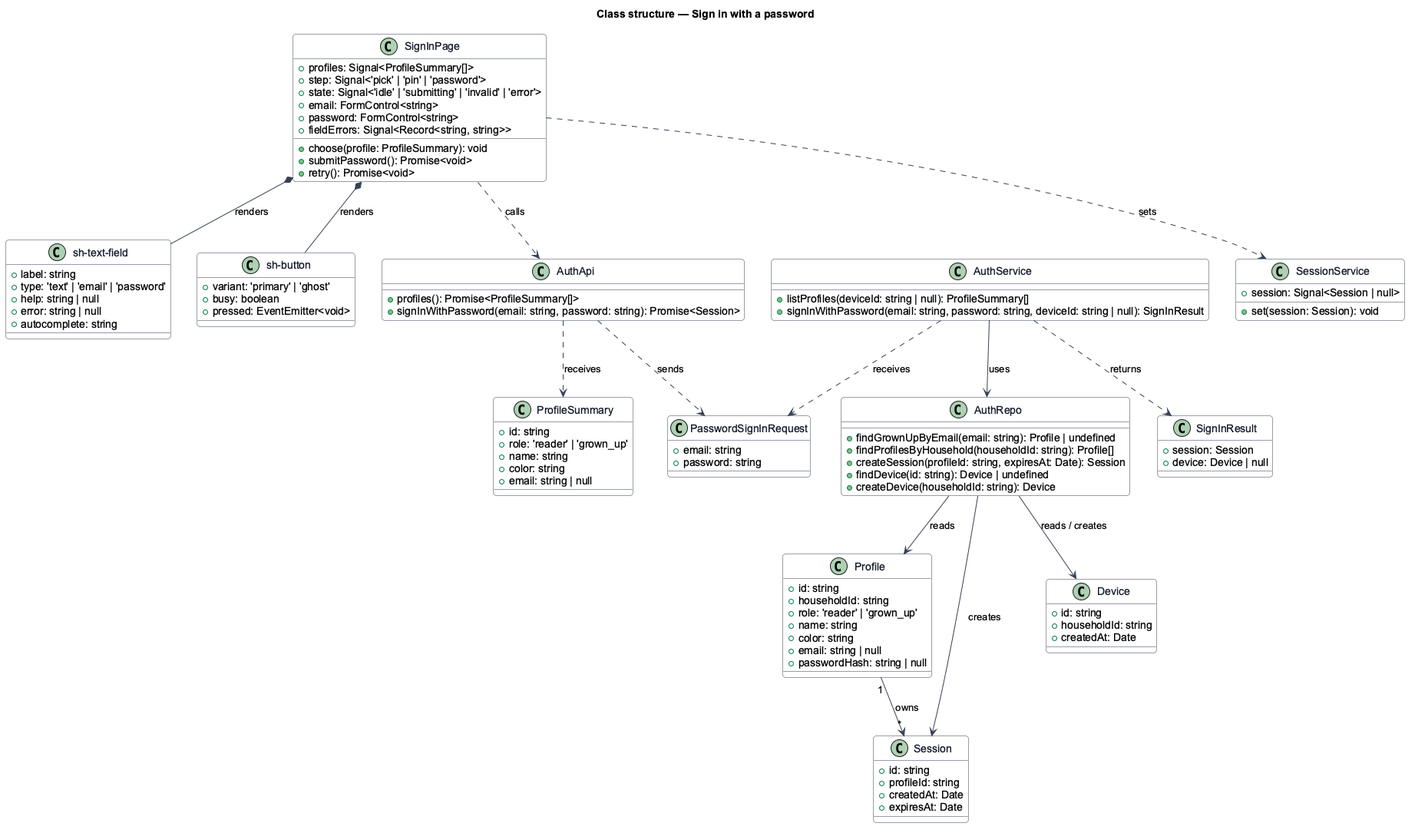
Before: docs/detailed-designs/sign-in/sign-in-with-password/diagrams/class-structure.png, a diagram exported from PlantUML (QuinntyneBrown/shelfie). Source of this version:
```plantuml
@startuml
skinparam backgroundColor #FFFFFF
skinparam shadowing false
skinparam roundcorner 8
skinparam defaultFontName Arial
skinparam ArrowColor #344054
skinparam class {
  BorderColor #344054
  FontColor #101828
  BackgroundColor #F9FAFB
}
title Class structure — Sign in with a password

class SignInPage {
  +profiles: Signal<ProfileSummary[]>
  +step: Signal<'pick' | 'pin' | 'password'>
  +state: Signal<'idle' | 'submitting' | 'invalid' | 'error'>
  +email: FormControl<string>
  +password: FormControl<string>
  +fieldErrors: Signal<Record<string, string>>
  +choose(profile: ProfileSummary): void
  +submitPassword(): Promise<void>
  +retry(): Promise<void>
}

class "sh-text-field" as TextField {
  +label: string
  +type: 'text' | 'email' | 'password'
  +help: string | null
  +error: string | null
  +autocomplete: string
}

class "sh-button" as Button {
  +variant: 'primary' | 'ghost'
  +busy: boolean
  +pressed: EventEmitter<void>
}

class AuthApi {
  +profiles(): Promise<ProfileSummary[]>
  +signInWithPassword(email: string, password: string): Promise<Session>
}

class SessionService {
  +session: Signal<Session | null>
  +set(session: Session): void
}

class PasswordSignInRequest {
  +email: string
  +password: string
}

class ProfileSummary {
  +id: string
  +role: 'reader' | 'grown_up'
  +name: string
  +color: string
  +email: string | null
}

class Profile {
  +id: string
  +householdId: string
  +role: 'reader' | 'grown_up'
  +name: string
  +color: string
  +email: string | null
  +passwordHash: string | null
}

class Session {
  +id: string
  +profileId: string
  +createdAt: Date
  +expiresAt: Date
}

class Device {
  +id: string
  +householdId: string
  +createdAt: Date
}

class AuthService {
  +listProfiles(deviceId: string | null): ProfileSummary[]
  +signInWithPassword(email: string, password: string, deviceId: string | null): SignInResult
}

class SignInResult {
  +session: Session
  +device: Device | null
}

class AuthRepo {
  +findGrownUpByEmail(email: string): Profile | undefined
  +findProfilesByHousehold(householdId: string): Profile[]
  +createSession(profileId: string, expiresAt: Date): Session
  +findDevice(id: string): Device | undefined
  +createDevice(householdId: string): Device
}

SignInPage *-- TextField : renders
SignInPage *-- Button : renders
SignInPage ..> AuthApi : calls
SignInPage ..> SessionService : sets
AuthApi ..> PasswordSignInRequest : sends
AuthApi ..> ProfileSummary : receives
AuthService ..> PasswordSignInRequest : receives
AuthService ..> SignInResult : returns
AuthService --> AuthRepo : uses
AuthRepo --> Profile : reads
AuthRepo --> Session : creates
AuthRepo --> Device : reads / creates
Profile "1" --> "*" Session : owns
@enduml
```
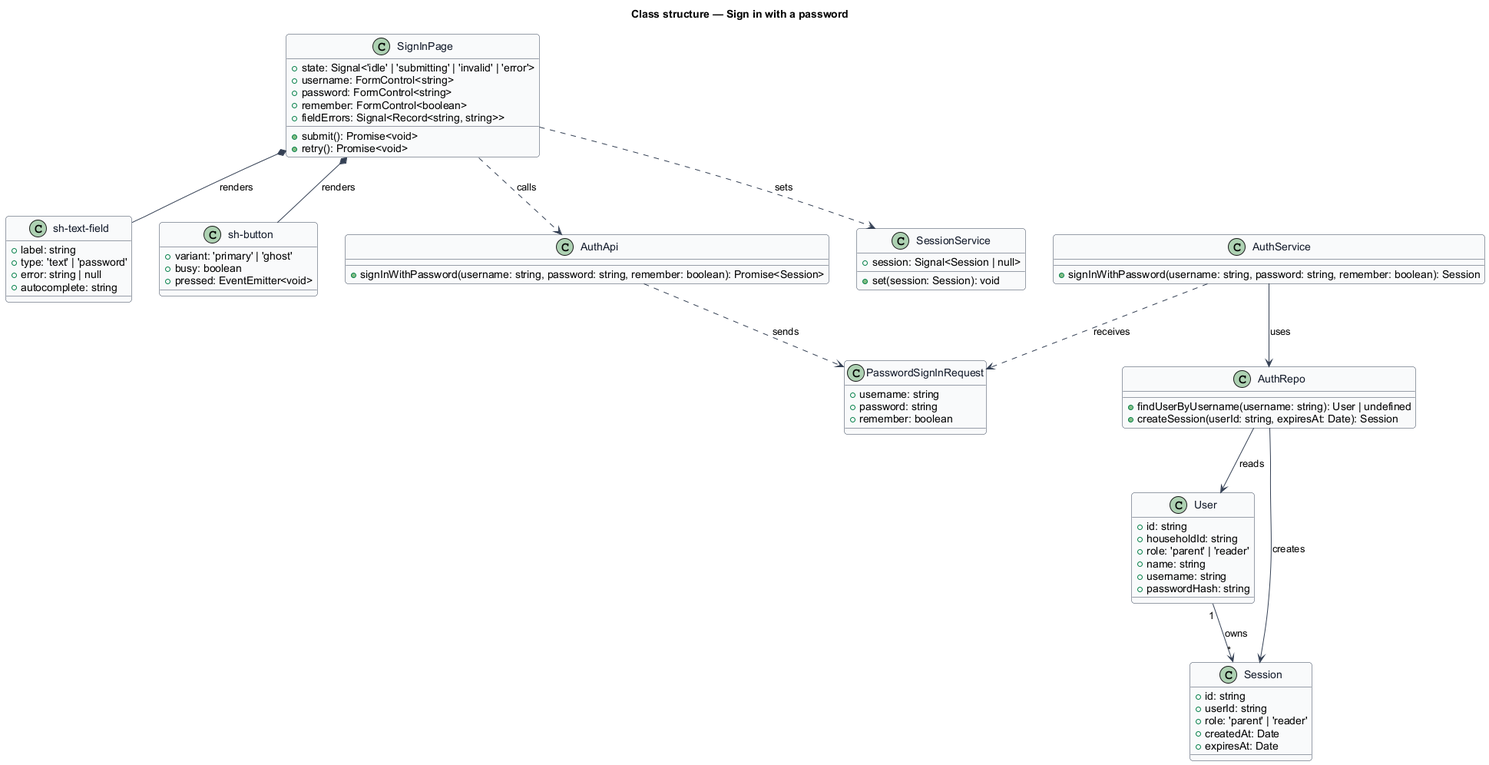
After the change.

Diff of the diagram source:
```diff
@@ -12,21 +12,18 @@
 title Class structure — Sign in with a password
 
 class SignInPage {
-  +profiles: Signal<ProfileSummary[]>
-  +step: Signal<'pick' | 'pin' | 'password'>
   +state: Signal<'idle' | 'submitting' | 'invalid' | 'error'>
-  +email: FormControl<string>
+  +username: FormControl<string>
   +password: FormControl<string>
+  +remember: FormControl<boolean>
   +fieldErrors: Signal<Record<string, string>>
-  +choose(profile: ProfileSummary): void
-  +submitPassword(): Promise<void>
+  +submit(): Promise<void>
   +retry(): Promise<void>
 }
 
 class "sh-text-field" as TextField {
   +label: string
-  +type: 'text' | 'email' | 'password'
-  +help: string | null
+  +type: 'text' | 'password'
   +error: string | null
   +autocomplete: string
 }
@@ -38,8 +35,7 @@
 }
 
 class AuthApi {
-  +profiles(): Promise<ProfileSummary[]>
-  +signInWithPassword(email: string, password: string): Promise<Session>
+  +signInWithPassword(username: string, password: string, remember: boolean): Promise<Session>
 }
 
 class SessionService {
@@ -48,57 +44,35 @@
 }
 
 class PasswordSignInRequest {
-  +email: string
+  +username: string
   +password: string
+  +remember: boolean
 }
 
-class ProfileSummary {
-  +id: string
-  +role: 'reader' | 'grown_up'
-  +name: string
-  +color: string
-  +email: string | null
-}
-
-class Profile {
+class User {
   +id: string
   +householdId: string
-  +role: 'reader' | 'grown_up'
+  +role: 'parent' | 'reader'
   +name: string
-  +color: string
-  +email: string | null
-  +passwordHash: string | null
+  +username: string
+  +passwordHash: string
 }
 
 class Session {
   +id: string
-  +profileId: string
+  +userId: string
+  +role: 'parent' | 'reader'
   +createdAt: Date
   +expiresAt: Date
 }
 
-class Device {
-  +id: string
-  +householdId: string
-  +createdAt: Date
-}
-
 class AuthService {
-  +listProfiles(deviceId: string | null): ProfileSummary[]
-  +signInWithPassword(email: string, password: string, deviceId: string | null): SignInResult
-}
-
-class SignInResult {
-  +session: Session
-  +device: Device | null
+  +signInWithPassword(username: string, password: string, remember: boolean): Session
 }
 
 class AuthRepo {
-  +findGrownUpByEmail(email: string): Profile | undefined
-  +findProfilesByHousehold(householdId: string): Profile[]
-  +createSession(profileId: string, expiresAt: Date): Session
-  +findDevice(id: string): Device | undefined
-  +createDevice(householdId: string): Device
+  +findUserByUsername(username: string): User | undefined
+  +createSession(userId: string, expiresAt: Date): Session
 }
 
 SignInPage *-- TextField : renders
@@ -106,12 +80,9 @@
 SignInPage ..> AuthApi : calls
 SignInPage ..> SessionService : sets
 AuthApi ..> PasswordSignInRequest : sends
-AuthApi ..> ProfileSummary : receives
 AuthService ..> PasswordSignInRequest : receives
-AuthService ..> SignInResult : returns
 AuthService --> AuthRepo : uses
-AuthRepo --> Profile : reads
+AuthRepo --> User : reads
 AuthRepo --> Session : creates
-AuthRepo --> Device : reads / creates
-Profile "1" --> "*" Session : owns
+User "1" --> "*" Session : owns
 @enduml
```
